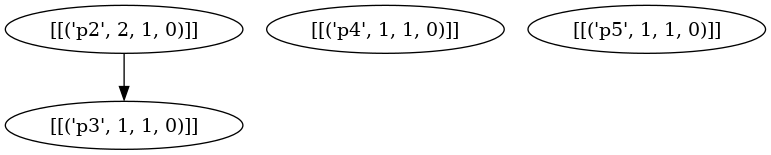
Earlier version of the Graphviz export task_network.png (XushengLuo92/Hierarchical-LTL). Its source is kept beside it as task_network.dot.
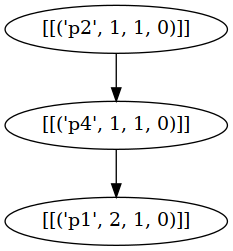
Above is the later version.

Diff of the diagram source:
```diff
@@ -1,8 +1,8 @@
 strict digraph "" {
 	node [label="\N"];
-	"('p100', 1)"	[label="[[('p2', 2, 1, 0)]]"];
-	"('p100', 2)"	[label="[[('p3', 1, 1, 0)]]"];
+	"('p0', 2)"	[label="[[('p1', 2, 1, 0)]]"];
+	"('p100', 1)"	[label="[[('p2', 1, 1, 0)]]"];
+	"('p100', 2)"	[label="[[('p4', 1, 1, 0)]]"];
 	"('p100', 1)" -> "('p100', 2)";
-	"('p200', 1)"	[label="[[('p4', 1, 1, 0)]]"];
-	"('p300', 1)"	[label="[[('p5', 1, 1, 0)]]"];
+	"('p100', 2)" -> "('p0', 2)";
 }
```
